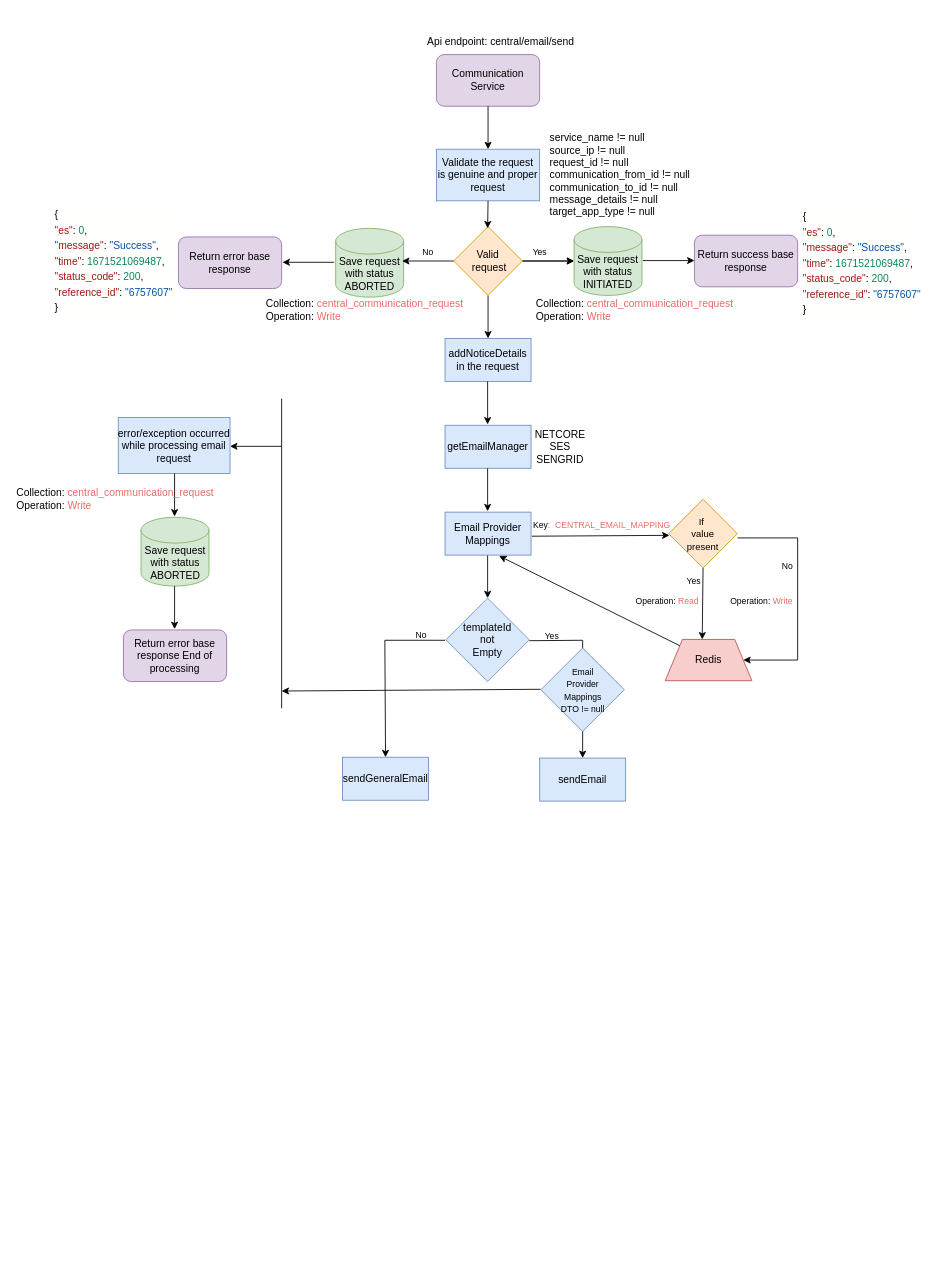
ravi-bala13/Flow-Diagrams keeps this draw.io diagram as Comm email.drawio. Above is the earlier version. Source tidied: cells renumbered, new cells numbered last; positions are measured from the earlier drawing's top-left corner, leaving out a move shared by most shapes. Both pictures are drawn from the tidied source at 86%, with x=0, y=0 at pixel (15, 28).
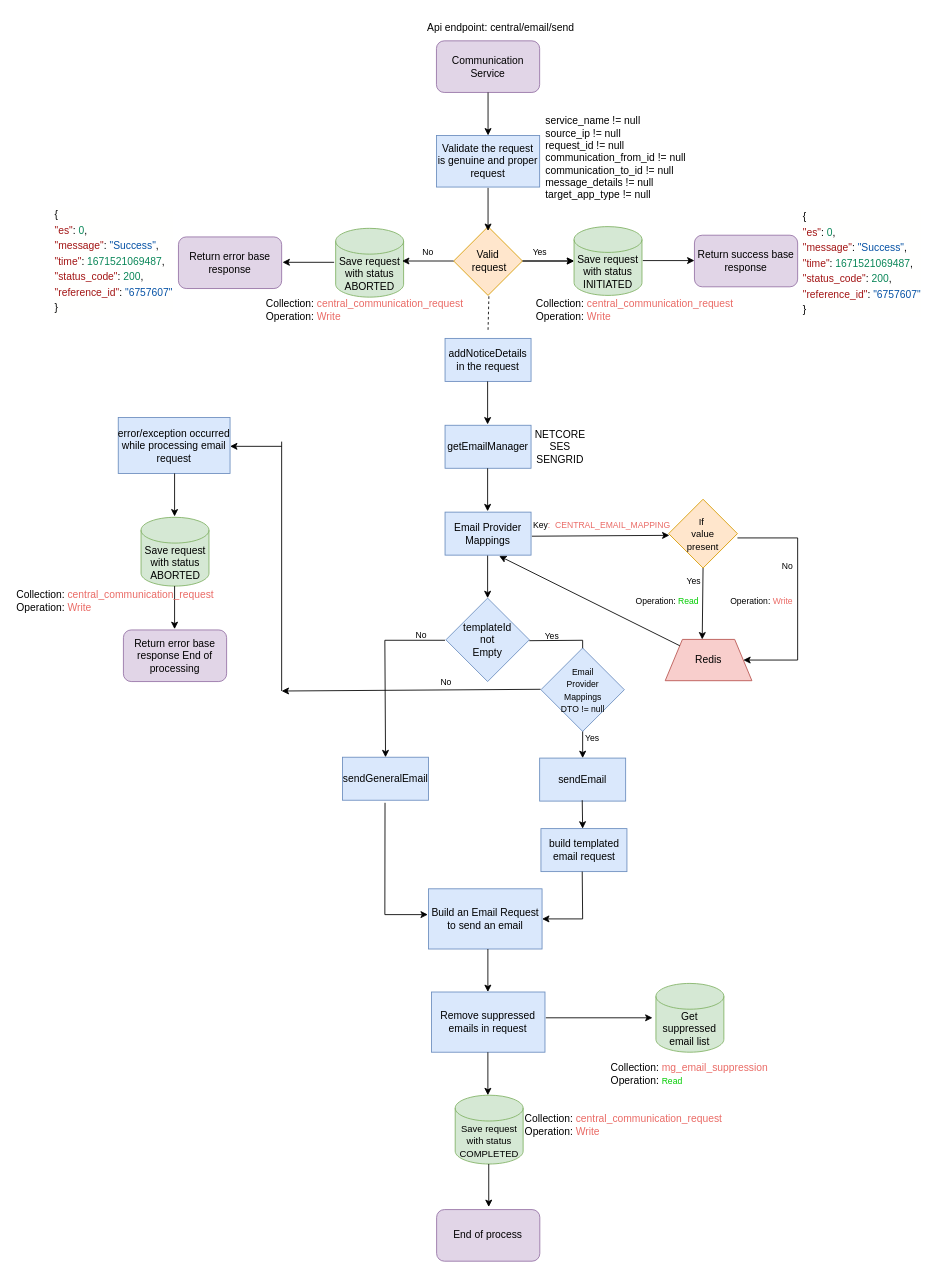
Above is the later version.

Unchanged cells that the change refers to:
```xml
<mxCell id="7" value="Valid&lt;br&gt;&amp;nbsp;request" style="rhombus;whiteSpace=wrap;html=1;fillColor=#ffe6cc;strokeColor=#d79b00;" parent="1" vertex="1">
  <mxGeometry x="510" y="230" width="80" height="80" as="geometry" />
</mxCell>
<mxCell id="23" value="addNoticeDetails in the request" style="rounded=0;whiteSpace=wrap;html=1;fillColor=#dae8fc;strokeColor=#6c8ebf;" parent="1" vertex="1">
  <mxGeometry x="500" y="360" width="100" height="50" as="geometry" />
</mxCell>
```

Diff of the diagram source:
```diff
@@
     <mxCell id="2" value="Communication Service" style="rounded=1;whiteSpace=wrap;html=1;fillColor=#e1d5e7;strokeColor=#9673a6;" parent="1" vertex="1">
-      <mxGeometry x="490" y="30" width="120" height="60" as="geometry" />
+      <mxGeometry x="490" y="14" width="120" height="60" as="geometry" />
     </mxCell>
     <mxCell id="3" value="&lt;font color=&quot;#000000&quot;&gt;Validate the request is&amp;nbsp;&lt;span style=&quot;caret-color: rgb(0, 0, 0);&quot;&gt;genuine and proper request&lt;br&gt;&lt;/span&gt;&lt;/font&gt;" style="rounded=0;whiteSpace=wrap;html=1;fillColor=#dae8fc;strokeColor=#6c8ebf;" parent="1" vertex="1">
-      <mxGeometry x="490" y="140" width="120" height="60" as="geometry" />
+      <mxGeometry x="490" y="124" width="120" height="60" as="geometry" />
     </mxCell>
     <mxCell id="4" value="&lt;div&gt;service_name != null&lt;/div&gt;&lt;div&gt;source_ip != null&amp;nbsp;&lt;/div&gt;&lt;div&gt;request_id != null&amp;nbsp;&lt;/div&gt;&lt;div&gt;communication_from_id != null&amp;nbsp;&lt;/div&gt;&lt;div&gt;communication_to_id != null&amp;nbsp;&lt;/div&gt;&lt;div&gt;message_details != null&amp;nbsp;&lt;/div&gt;&lt;div&gt;target_app_type != null&amp;nbsp;&lt;/div&gt;" style="text;html=1;strokeColor=none;fillColor=none;align=left;verticalAlign=middle;whiteSpace=wrap;rounded=0;fontColor=#000000;" parent="1" vertex="1">
-      <mxGeometry x="620" y="100" width="210" height="140" as="geometry" />
+      <mxGeometry x="615" y="80" width="210" height="140" as="geometry" />
     </mxCell>
@@
-    <mxCell id="6" style="edgeStyle=orthogonalEdgeStyle;rounded=0;jettySize=auto;html=1;fontColor=#000000;" parent="1" edge="1" source="7" target="23">
-      <mxGeometry relative="1" as="geometry" />
-    </mxCell>
@@
-    <mxCell id="19" style="endArrow=classic;html=1;rounded=0;fontColor=#000000;" parent="1" edge="1">
-      <mxGeometry relative="1" as="geometry">
-        <mxPoint x="550" y="200" as="sourcePoint" />
-        <mxPoint x="549.5" y="232" as="targetPoint" />
-      </mxGeometry>
-    </mxCell>
     <mxCell id="20" value="Api endpoint: central/email/send" style="text;html=1;strokeColor=none;fillColor=none;align=center;verticalAlign=middle;whiteSpace=wrap;rounded=0;fontColor=#000000;" parent="1" vertex="1">
-      <mxGeometry x="460" width="210" height="30" as="geometry" />
+      <mxGeometry x="460" y="-16" width="210" height="30" as="geometry" />
     </mxCell>
@@
-    <mxCell id="35" value="&lt;font style=&quot;font-size: 10px;&quot;&gt;Operation: &lt;font color=&quot;#ea6b66&quot;&gt;&lt;span style=&quot;caret-color: rgb(234, 107, 102);&quot;&gt;Read&lt;/span&gt;&lt;/font&gt;&lt;/font&gt;" style="text;html=1;strokeColor=none;fillColor=none;align=left;verticalAlign=middle;whiteSpace=wrap;rounded=0;fontColor=#000000;" parent="1" vertex="1">
+    <mxCell id="35" value="&lt;font style=&quot;font-size: 10px;&quot;&gt;Operation: &lt;span style=&quot;caret-color: rgb(234, 107, 102);&quot;&gt;&lt;font color=&quot;#00cc00&quot;&gt;Read&lt;/font&gt;&lt;/span&gt;&lt;/font&gt;" style="text;html=1;strokeColor=none;fillColor=none;align=left;verticalAlign=middle;whiteSpace=wrap;rounded=0;fontColor=#000000;" parent="1" vertex="1">
       <mxGeometry x="720" y="650" width="110" height="30" as="geometry" />
     </mxCell>
@@
     <mxCell id="57" style="endArrow=none;html=1;rounded=0;fontSize=10;fontColor=#000000;" parent="1" edge="1">
       <mxGeometry relative="1" as="geometry">
-        <mxPoint x="310" y="790" as="sourcePoint" />
-        <mxPoint x="310" y="430" as="targetPoint" />
+        <mxPoint x="310" y="770" as="sourcePoint" />
+        <mxPoint x="310" y="480" as="targetPoint" />
       </mxGeometry>
     </mxCell>
@@
     <mxCell id="59" value="Collection: &lt;font color=&quot;#ea6b66&quot;&gt;central_communication_request&lt;/font&gt;&lt;br&gt;Operation: &lt;font color=&quot;#ea6b66&quot;&gt;Write&lt;/font&gt;" style="text;html=1;strokeColor=none;fillColor=none;align=left;verticalAlign=middle;whiteSpace=wrap;rounded=0;fontColor=#000000;" parent="1" vertex="1">
-      <mxGeometry x="-0.5" y="532" width="250.5" height="30" as="geometry" />
+      <mxGeometry x="-0.5" y="650" width="250.5" height="30" as="geometry" />
     </mxCell>
+    <mxCell id="60" style="endArrow=none;dashed=1;html=1;rounded=0;fontSize=10;fontColor=#000000;" parent="1" edge="1">
+      <mxGeometry relative="1" as="geometry">
+        <mxPoint x="550" y="350" as="sourcePoint" />
+        <mxPoint x="551" y="310" as="targetPoint" />
+      </mxGeometry>
+    </mxCell>
+    <mxCell id="61" value="Build an Email Request to send an email" style="rounded=0;whiteSpace=wrap;html=1;fillColor=#dae8fc;strokeColor=#6c8ebf;" parent="1" vertex="1">
+      <mxGeometry x="480.8" y="1000" width="132" height="70" as="geometry" />
+    </mxCell>
+    <mxCell id="62" value="&lt;font style=&quot;font-size: 11px;&quot;&gt;Save request with status COMPLETED&lt;/font&gt;" style="shape=cylinder3;whiteSpace=wrap;html=1;boundedLbl=1;backgroundOutline=1;size=15;fillColor=#d5e8d4;strokeColor=#82b366;" parent="1" vertex="1">
+      <mxGeometry x="511.8" y="1240" width="79" height="80" as="geometry" />
+    </mxCell>
+    <mxCell id="63" value="Collection: &lt;font color=&quot;#ea6b66&quot;&gt;central_communication_request&lt;/font&gt;&lt;br&gt;Operation: &lt;font color=&quot;#ea6b66&quot;&gt;Write&lt;/font&gt;" style="text;html=1;strokeColor=none;fillColor=none;align=left;verticalAlign=middle;whiteSpace=wrap;rounded=0;fontColor=#000000;" parent="1" vertex="1">
+      <mxGeometry x="590.8" y="1260" width="250.5" height="30" as="geometry" />
+    </mxCell>
+    <mxCell id="64" style="endArrow=classic;html=1;rounded=0;fontColor=#000000;exitX=0.5;exitY=1;exitDx=0;exitDy=0;" parent="1" edge="1">
+      <mxGeometry relative="1" as="geometry">
+        <mxPoint x="549.8" y="1070" as="sourcePoint" />
+        <mxPoint x="549.8" y="1120" as="targetPoint" />
+      </mxGeometry>
+    </mxCell>
+    <mxCell id="65" value="End of process" style="rounded=1;whiteSpace=wrap;html=1;fillColor=#e1d5e7;strokeColor=#9673a6;" parent="1" vertex="1">
+      <mxGeometry x="490.2" y="1373" width="120" height="60" as="geometry" />
+    </mxCell>
+    <mxCell id="66" style="endArrow=classic;html=1;rounded=0;fontColor=#000000;exitX=0.5;exitY=1;exitDx=0;exitDy=0;" parent="1" edge="1">
+      <mxGeometry relative="1" as="geometry">
+        <mxPoint x="550.8" y="1320" as="sourcePoint" />
+        <mxPoint x="550.8" y="1370" as="targetPoint" />
+      </mxGeometry>
+    </mxCell>
+    <mxCell id="67" value="Remove suppressed emails in request" style="rounded=0;whiteSpace=wrap;html=1;fillColor=#dae8fc;strokeColor=#6c8ebf;" parent="1" vertex="1">
+      <mxGeometry x="484.2" y="1120" width="132" height="70" as="geometry" />
+    </mxCell>
+    <mxCell id="68" value="Get suppressed email list" style="shape=cylinder3;whiteSpace=wrap;html=1;boundedLbl=1;backgroundOutline=1;size=15;fillColor=#d5e8d4;strokeColor=#82b366;" parent="1" vertex="1">
+      <mxGeometry x="745.2" y="1110" width="79" height="80" as="geometry" />
+    </mxCell>
+    <mxCell id="69" value="Collection: &lt;font color=&quot;#ea6b66&quot;&gt;mg_email_suppression&lt;/font&gt;&lt;br&gt;Operation:&amp;nbsp;&lt;span style=&quot;caret-color: rgb(234, 107, 102); color: rgb(0, 204, 0); font-size: 10px;&quot;&gt;Read&lt;/span&gt;" style="text;html=1;strokeColor=none;fillColor=none;align=left;verticalAlign=middle;whiteSpace=wrap;rounded=0;fontColor=#000000;" parent="1" vertex="1">
+      <mxGeometry x="690.8" y="1200" width="190.5" height="30" as="geometry" />
+    </mxCell>
+    <mxCell id="70" style="endArrow=classic;html=1;rounded=0;fontColor=#000000;entryX=0;entryY=0.5;entryDx=0;entryDy=0;entryPerimeter=0;" parent="1" edge="1">
+      <mxGeometry relative="1" as="geometry">
+        <mxPoint x="617.2" y="1150" as="sourcePoint" />
+        <mxPoint x="741.2" y="1150" as="targetPoint" />
+      </mxGeometry>
+    </mxCell>
+    <mxCell id="71" style="endArrow=classic;html=1;rounded=0;fontColor=#000000;exitX=0.5;exitY=1;exitDx=0;exitDy=0;" parent="1" edge="1">
+      <mxGeometry relative="1" as="geometry">
+        <mxPoint x="549.8" y="1190" as="sourcePoint" />
+        <mxPoint x="549.8" y="1240" as="targetPoint" />
+      </mxGeometry>
+    </mxCell>
+    <mxCell id="72" value="build templated email request" style="rounded=0;whiteSpace=wrap;html=1;fillColor=#dae8fc;strokeColor=#6c8ebf;" parent="1" vertex="1">
+      <mxGeometry x="611.5" y="930" width="100" height="50" as="geometry" />
+    </mxCell>
+    <mxCell id="73" style="endArrow=classic;html=1;rounded=0;fontColor=#000000;exitX=0.5;exitY=1;exitDx=0;exitDy=0;" parent="1" edge="1">
+      <mxGeometry relative="1" as="geometry">
+        <mxPoint x="659.5" y="897" as="sourcePoint" />
+        <mxPoint x="660" y="930" as="targetPoint" />
+      </mxGeometry>
+    </mxCell>
+    <mxCell id="74" style="endArrow=classic;html=1;rounded=0;fontColor=#000000;exitX=0.5;exitY=1;exitDx=0;exitDy=0;entryX=1;entryY=0.5;entryDx=0;entryDy=0;" parent="1" edge="1" target="61">
+      <mxGeometry relative="1" as="geometry">
+        <mxPoint x="659.5" y="980" as="sourcePoint" />
+        <Array as="points">
+          <mxPoint x="660" y="1035" />
+        </Array>
+      </mxGeometry>
+    </mxCell>
+    <mxCell id="75" style="endArrow=classic;html=1;rounded=0;fontColor=#000000;exitX=0.5;exitY=1;exitDx=0;exitDy=0;" parent="1" edge="1">
+      <mxGeometry relative="1" as="geometry">
+        <mxPoint x="430.2" y="900" as="sourcePoint" />
+        <mxPoint x="480" y="1030" as="targetPoint" />
+        <Array as="points">
+          <mxPoint x="430" y="1030" />
+        </Array>
+      </mxGeometry>
+    </mxCell>
+    <mxCell id="76" value="&lt;font style=&quot;font-size: 10px;&quot;&gt;Yes&lt;/font&gt;" style="text;html=1;align=center;verticalAlign=middle;strokeColor=none;fillColor=none;fontColor=#000000;" parent="1" vertex="1">
+      <mxGeometry x="650.8" y="810" width="40" height="30" as="geometry" />
+    </mxCell>
+    <mxCell id="77" value="&lt;font style=&quot;font-size: 10px;&quot;&gt;No&lt;/font&gt;" style="text;html=1;align=center;verticalAlign=middle;strokeColor=none;fillColor=none;fontColor=#000000;" parent="1" vertex="1">
+      <mxGeometry x="480.8" y="745" width="40" height="30" as="geometry" />
+    </mxCell>
+    <mxCell id="78" style="endArrow=classic;html=1;rounded=0;fontColor=#000000;exitX=0.5;exitY=1;exitDx=0;exitDy=0;" parent="1" edge="1">
+      <mxGeometry relative="1" as="geometry">
+        <mxPoint x="550" y="185" as="sourcePoint" />
+        <mxPoint x="550" y="235" as="targetPoint" />
+      </mxGeometry>
+    </mxCell>
```
